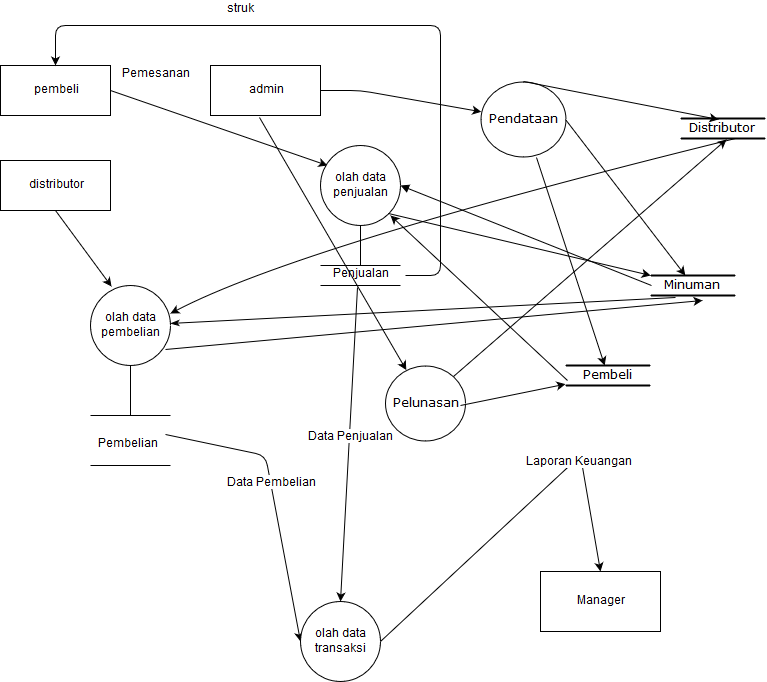
Above: laporan/DFD0.png in ahmad-mukhlish/mhsupplier (draw.io), before the change. Source tidied: cells renumbered, new cells last; positions are measured from the earlier drawing's top-left corner, leaving out a move shared by most shapes.
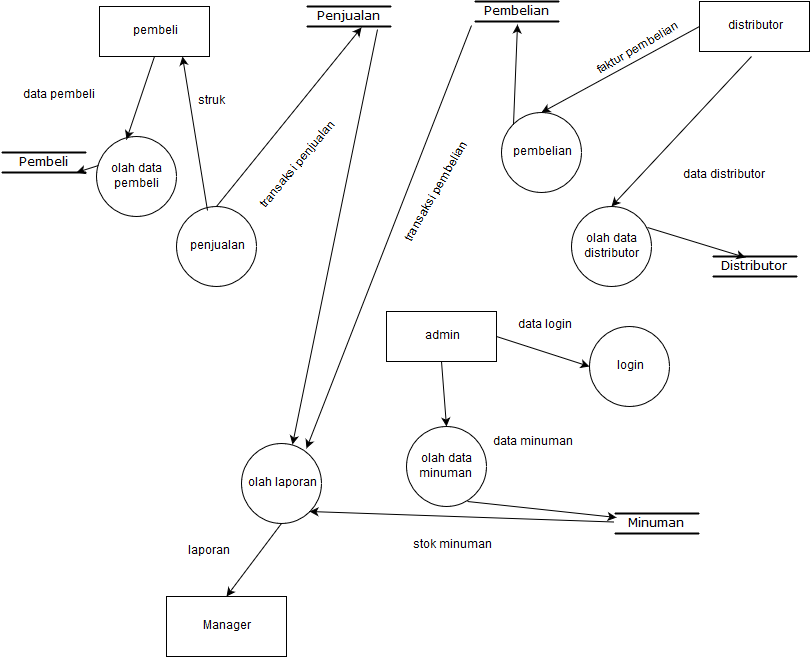
Later version of the same file.

Diff of the diagram source:
```diff
@@ -2,193 +2,130 @@
   <root>
     <mxCell id="0" />
     <mxCell id="1" parent="0" />
-    <mxCell id="2" value="olah data pembelian" style="ellipse;whiteSpace=wrap;html=1;" parent="1" vertex="1">
-      <mxGeometry x="90" y="285" width="80" height="80" as="geometry" />
-    </mxCell>
     <mxCell id="3" value="pembeli" style="rounded=0;whiteSpace=wrap;html=1;" parent="1" vertex="1">
-      <mxGeometry y="65" width="110" height="50" as="geometry" />
+      <mxGeometry x="68" y="15" width="110" height="50" as="geometry" />
     </mxCell>
-    <mxCell id="4" style="endArrow=classic;html=1;exitX=1;exitY=0.5;entryX=0.088;entryY=0.25;entryPerimeter=0;" parent="1" edge="1" source="3" target="8">
-      <mxGeometry relative="1" as="geometry" />
-    </mxCell>
     <mxCell id="5" value="admin" style="rounded=0;whiteSpace=wrap;html=1;" parent="1" vertex="1">
-      <mxGeometry x="210" y="65" width="110" height="50" as="geometry" />
+      <mxGeometry x="355" y="320" width="110" height="50" as="geometry" />
     </mxCell>
-    <mxCell id="6" value="Pemesanan" style="text;html=1;align=left;verticalAlign=top;spacingTop=-4;" parent="1" vertex="1">
-      <mxGeometry x="120" y="65" width="80" height="20" as="geometry" />
-    </mxCell>
     <mxCell id="7" value="distributor" style="rounded=0;whiteSpace=wrap;html=1;" parent="1" vertex="1">
-      <mxGeometry y="160" width="110" height="50" as="geometry" />
+      <mxGeometry x="668" y="10" width="110" height="50" as="geometry" />
     </mxCell>
-    <mxCell id="8" value="olah data penjualan" style="ellipse;whiteSpace=wrap;html=1;" parent="1" vertex="1">
-      <mxGeometry x="320" y="145" width="80" height="80" as="geometry" />
-    </mxCell>
-    <mxCell id="9" style="endArrow=classic;html=1;exitX=1;exitY=0.5;" parent="1" edge="1" source="5" target="30">
-      <mxGeometry relative="1" as="geometry">
-        <Array as="points">
-          <mxPoint x="360" y="90" />
-        </Array>
-      </mxGeometry>
-    </mxCell>
-    <mxCell id="10" style="endArrow=none;html=1;entryX=0.5;entryY=1;" parent="1" edge="1" target="8">
-      <mxGeometry relative="1" as="geometry">
-        <mxPoint x="360" y="265" as="sourcePoint" />
-      </mxGeometry>
-    </mxCell>
-    <mxCell id="11" style="endArrow=none;html=1;" parent="1" edge="1">
-      <mxGeometry relative="1" as="geometry">
-        <mxPoint x="400" y="285" as="sourcePoint" />
-        <mxPoint x="320" y="285" as="targetPoint" />
-        <Array as="points">
-          <mxPoint x="360" y="285" />
-        </Array>
-      </mxGeometry>
-    </mxCell>
-    <mxCell id="12" style="endArrow=none;html=1;" parent="1" edge="1">
-      <mxGeometry relative="1" as="geometry">
-        <mxPoint x="400" y="265" as="sourcePoint" />
-        <mxPoint x="320" y="265" as="targetPoint" />
-        <Array as="points">
-          <mxPoint x="360" y="265" />
-        </Array>
-      </mxGeometry>
-    </mxCell>
-    <mxCell id="13" value="&amp;nbsp; Penjualan" style="text;html=1;points=[];align=left;verticalAlign=top;spacingTop=-4;" parent="1" vertex="1">
-      <mxGeometry x="325" y="265" width="80" height="20" as="geometry" />
-    </mxCell>
-    <mxCell id="14" style="endArrow=classic;html=1;exitX=1;exitY=0.5;exitPerimeter=0;entryX=0.5;entryY=0;" parent="1" edge="1" source="13" target="3">
-      <mxGeometry relative="1" as="geometry">
-        <Array as="points">
-          <mxPoint x="440" y="275" />
-          <mxPoint x="440" y="25" />
-          <mxPoint x="55" y="25" />
-        </Array>
-      </mxGeometry>
-    </mxCell>
-    <mxCell id="15" value="struk" style="text;html=1;align=left;verticalAlign=top;spacingTop=-4;" parent="1" vertex="1">
-      <mxGeometry x="225" width="40" height="20" as="geometry" />
-    </mxCell>
-    <mxCell id="16" style="endArrow=none;html=1;entryX=0.5;entryY=1;" parent="1" edge="1" target="2">
-      <mxGeometry relative="1" as="geometry">
-        <mxPoint x="130" y="415" as="sourcePoint" />
-      </mxGeometry>
-    </mxCell>
-    <mxCell id="17" style="endArrow=none;html=1;" parent="1" edge="1">
-      <mxGeometry relative="1" as="geometry">
-        <mxPoint x="170" y="415" as="sourcePoint" />
-        <mxPoint x="90" y="415" as="targetPoint" />
-        <Array as="points">
-          <mxPoint x="130" y="415" />
-        </Array>
-      </mxGeometry>
-    </mxCell>
-    <mxCell id="18" style="endArrow=none;html=1;" parent="1" edge="1">
-      <mxGeometry relative="1" as="geometry">
-        <mxPoint x="170" y="465" as="sourcePoint" />
-        <mxPoint x="90" y="465" as="targetPoint" />
-        <Array as="points">
-          <mxPoint x="130" y="465" />
-        </Array>
-      </mxGeometry>
-    </mxCell>
-    <mxCell id="19" value="&amp;nbsp; Pembelian" style="text;html=1;points=[];align=left;verticalAlign=top;spacingTop=-4;" parent="1" vertex="1">
-      <mxGeometry x="90" y="435" width="80" height="20" as="geometry" />
-    </mxCell>
-    <mxCell id="20" style="endArrow=classic;html=1;entryX=0;entryY=0.5;exitX=0.938;exitY=-0.05;exitPerimeter=0;" parent="1" edge="1" source="19" target="24">
-      <mxGeometry relative="1" as="geometry">
-        <Array as="points">
-          <mxPoint x="265" y="455" />
-        </Array>
-      </mxGeometry>
-    </mxCell>
-    <mxCell id="21" value="Data Pembelian" style="text;html=1;align=center;verticalAlign=middle;labelBackgroundColor=#ffffff;" parent="20" vertex="1">
-      <mxGeometry x="-0.09" y="5" relative="1" as="geometry">
-        <mxPoint x="-5" y="-2" as="offset" />
-      </mxGeometry>
-    </mxCell>
-    <mxCell id="22" style="endArrow=classic;html=1;exitX=0.4;exitY=1.1;exitPerimeter=0;entryX=0.5;entryY=0;" parent="1" edge="1" source="13" target="24">
-      <mxGeometry relative="1" as="geometry" />
-    </mxCell>
-    <mxCell id="23" value="Data Penjualan" style="text;html=1;align=center;verticalAlign=middle;labelBackgroundColor=#ffffff;" parent="22" vertex="1">
-      <mxGeometry x="-0.05" y="1" relative="1" as="geometry" />
-    </mxCell>
-    <mxCell id="24" value="olah data transaksi" style="ellipse;whiteSpace=wrap;html=1;" parent="1" vertex="1">
-      <mxGeometry x="300" y="601" width="80" height="80" as="geometry" />
-    </mxCell>
-    <mxCell id="25" style="endArrow=classic;html=1;exitX=1;exitY=0.5;entryX=0.5;entryY=0;" parent="1" edge="1" source="24" target="27">
-      <mxGeometry relative="1" as="geometry">
-        <Array as="points">
-          <mxPoint x="580" y="455" />
-        </Array>
-      </mxGeometry>
-    </mxCell>
-    <mxCell id="26" value="Laporan Keuangan" style="text;html=1;align=center;verticalAlign=middle;labelBackgroundColor=#ffffff;" parent="25" vertex="1">
-      <mxGeometry x="0.43" y="-3" relative="1" as="geometry" />
-    </mxCell>
     <mxCell id="27" value="Manager" style="rounded=0;whiteSpace=wrap;html=1;" parent="1" vertex="1">
-      <mxGeometry x="540" y="571" width="120" height="60" as="geometry" />
+      <mxGeometry x="135" y="605" width="120" height="60" as="geometry" />
     </mxCell>
     <mxCell id="28" value="Pembeli&lt;br&gt;" style="html=1;rounded=0;shadow=0;comic=0;labelBackgroundColor=none;strokeColor=#000000;strokeWidth=2;fillColor=#FFFFFF;fontFamily=Verdana;fontSize=12;fontColor=#000000;align=center;shape=mxgraph.ios7ui.horLines;" parent="1" vertex="1">
-      <mxGeometry x="565" y="365" width="85" height="20" as="geometry" />
+      <mxGeometry x="-30" y="161" width="85" height="20" as="geometry" />
     </mxCell>
     <mxCell id="29" value="Distributor" style="html=1;rounded=0;shadow=0;comic=0;labelBackgroundColor=none;strokeColor=#000000;strokeWidth=2;fillColor=#FFFFFF;fontFamily=Verdana;fontSize=12;fontColor=#000000;align=center;shape=mxgraph.ios7ui.horLines;" parent="1" vertex="1">
-      <mxGeometry x="680" y="118" width="85" height="20" as="geometry" />
+      <mxGeometry x="681" y="265" width="85" height="20" as="geometry" />
     </mxCell>
-    <mxCell id="30" value="Pendataan" style="ellipse;whiteSpace=wrap;html=1;rounded=1;shadow=0;comic=0;labelBackgroundColor=none;strokeColor=#000000;strokeWidth=1;fillColor=#FFFFFF;fontFamily=Verdana;fontSize=12;fontColor=#000000;align=center;" parent="1" vertex="1">
-      <mxGeometry x="480" y="81" width="85" height="75" as="geometry" />
-    </mxCell>
     <mxCell id="31" value="Minuman" style="html=1;rounded=0;shadow=0;comic=0;labelBackgroundColor=none;strokeColor=#000000;strokeWidth=2;fillColor=#FFFFFF;fontFamily=Verdana;fontSize=12;fontColor=#000000;align=center;shape=mxgraph.ios7ui.horLines;" parent="1" vertex="1">
-      <mxGeometry x="650" y="275" width="85" height="20" as="geometry" />
+      <mxGeometry x="583" y="522" width="85" height="20" as="geometry" />
     </mxCell>
-    <mxCell id="32" style="endArrow=classic;html=1;exitX=0.5;exitY=0;entryX=0.447;entryY=0.05;entryPerimeter=0;" parent="1" edge="1" source="30" target="29">
-      <mxGeometry relative="1" as="geometry" />
-    </mxCell>
-    <mxCell id="33" style="endArrow=classic;html=1;exitX=1;exitY=0.5;" parent="1" edge="1" source="30" target="31">
-      <mxGeometry relative="1" as="geometry" />
-    </mxCell>
-    <mxCell id="34" style="endArrow=classic;html=1;exitX=0.659;exitY=1.013;exitPerimeter=0;" parent="1" edge="1" source="30" target="28">
-      <mxGeometry relative="1" as="geometry" />
-    </mxCell>
-    <mxCell id="35" style="endArrow=none;html=1;entryX=0.024;entryY=0.75;entryPerimeter=0;endFill=0;startArrow=classic;startFill=1;" parent="1" edge="1" target="28">
-      <mxGeometry relative="1" as="geometry">
-        <mxPoint x="390" y="215" as="sourcePoint" />
-      </mxGeometry>
-    </mxCell>
-    <mxCell id="36" style="endArrow=none;html=1;exitX=1;exitY=0.5;endFill=0;startArrow=block;startFill=1;entryX=0.012;entryY=0.5;entryPerimeter=0;" parent="1" edge="1" source="8" target="31">
-      <mxGeometry relative="1" as="geometry" />
-    </mxCell>
-    <mxCell id="37" style="endArrow=classic;html=1;exitX=0.647;exitY=1;exitPerimeter=0;curved=1;entryX=1;entryY=0.35;entryPerimeter=0;" parent="1" edge="1" source="29" target="2">
-      <mxGeometry relative="1" as="geometry">
-        <Array as="points">
-          <mxPoint x="300" y="245" />
-        </Array>
-      </mxGeometry>
-    </mxCell>
-    <mxCell id="38" style="endArrow=none;html=1;entryX=0.294;entryY=1.1;entryPerimeter=0;startArrow=classicThin;startFill=1;endFill=0;" parent="1" edge="1" source="2" target="31">
-      <mxGeometry relative="1" as="geometry" />
-    </mxCell>
-    <mxCell id="39" style="endArrow=classic;html=1;entryX=0.263;entryY=0.013;entryPerimeter=0;exitX=0.5;exitY=1;" parent="1" edge="1" source="7" target="2">
-      <mxGeometry relative="1" as="geometry" />
-    </mxCell>
-    <mxCell id="40" value="Pelunasan" style="ellipse;whiteSpace=wrap;html=1;rounded=1;shadow=0;comic=0;labelBackgroundColor=none;strokeColor=#000000;strokeWidth=1;fillColor=#FFFFFF;fontFamily=Verdana;fontSize=12;fontColor=#000000;align=center;" parent="1" vertex="1">
-      <mxGeometry x="385" y="365" width="80" height="75" as="geometry" />
-    </mxCell>
-    <mxCell id="41" style="endArrow=classic;html=1;exitX=0.445;exitY=1.04;exitPerimeter=0;" parent="1" edge="1" source="5" target="40">
-      <mxGeometry relative="1" as="geometry" />
-    </mxCell>
-    <mxCell id="42" style="endArrow=classic;html=1;" parent="1" edge="1" target="28">
-      <mxGeometry relative="1" as="geometry">
-        <mxPoint x="460" y="405" as="sourcePoint" />
-      </mxGeometry>
-    </mxCell>
-    <mxCell id="43" style="endArrow=classic;html=1;entryX=0.541;entryY=1.05;entryPerimeter=0;exitX=1;exitY=0;" parent="1" edge="1" source="40" target="29">
-      <mxGeometry relative="1" as="geometry" />
-    </mxCell>
-    <mxCell id="44" style="endArrow=classic;html=1;entryX=0.612;entryY=1.25;entryPerimeter=0;exitX=0.938;exitY=0.8;exitPerimeter=0;" parent="1" edge="1" source="2" target="31">
-      <mxGeometry relative="1" as="geometry" />
-    </mxCell>
-    <mxCell id="45" style="endArrow=classic;html=1;exitX=1;exitY=1;" parent="1" edge="1" source="8" target="31">
-      <mxGeometry relative="1" as="geometry" />
+    <mxCell id="45" value="Pembelian" style="html=1;rounded=0;shadow=0;comic=0;labelBackgroundColor=none;strokeColor=#000000;strokeWidth=2;fillColor=#FFFFFF;fontFamily=Verdana;fontSize=12;fontColor=#000000;align=center;shape=mxgraph.ios7ui.horLines;" parent="1" vertex="1">
+      <mxGeometry x="443" y="10" width="85" height="20" as="geometry" />
     </mxCell>
+    <mxCell id="13" value="Penjualan" style="html=1;rounded=0;shadow=0;comic=0;labelBackgroundColor=none;strokeColor=#000000;strokeWidth=2;fillColor=#FFFFFF;fontFamily=Verdana;fontSize=12;fontColor=#000000;align=center;shape=mxgraph.ios7ui.horLines;" parent="1" vertex="1">
+      <mxGeometry x="275" y="15" width="85" height="20" as="geometry" />
+    </mxCell>
+    <mxCell id="46" value="login" style="ellipse;whiteSpace=wrap;html=1;" parent="1" vertex="1">
+      <mxGeometry x="558" y="335" width="80" height="80" as="geometry" />
+    </mxCell>
+    <mxCell id="47" value="data login" style="text;html=1;align=left;verticalAlign=top;spacingTop=-4;" parent="1" vertex="1">
+      <mxGeometry x="485" y="325" width="70" height="20" as="geometry" />
+    </mxCell>
+    <mxCell id="48" value="olah data minuman&lt;br&gt;" style="ellipse;whiteSpace=wrap;html=1;" parent="1" vertex="1">
+      <mxGeometry x="375" y="435" width="80" height="80" as="geometry" />
+    </mxCell>
+    <mxCell id="49" value="pembelian" style="ellipse;whiteSpace=wrap;html=1;" parent="1" vertex="1">
+      <mxGeometry x="470" y="121" width="80" height="80" as="geometry" />
+    </mxCell>
+    <mxCell id="50" style="endArrow=classic;html=1;exitX=1;exitY=0.5;entryX=0;entryY=0.5;" parent="1" edge="1" source="5" target="46">
+      <mxGeometry relative="1" as="geometry" />
+    </mxCell>
+    <mxCell id="51" value="penjualan" style="ellipse;whiteSpace=wrap;html=1;" parent="1" vertex="1">
+      <mxGeometry x="145" y="215" width="80" height="80" as="geometry" />
+    </mxCell>
+    <mxCell id="52" value="olah data pembeli" style="ellipse;whiteSpace=wrap;html=1;" parent="1" vertex="1">
+      <mxGeometry x="65" y="145" width="80" height="80" as="geometry" />
+    </mxCell>
+    <mxCell id="53" value="olah data distributor" style="ellipse;whiteSpace=wrap;html=1;" parent="1" vertex="1">
+      <mxGeometry x="540" y="215" width="80" height="80" as="geometry" />
+    </mxCell>
+    <mxCell id="54" style="endArrow=classic;html=1;exitX=0.5;exitY=1;entryX=0.375;entryY=0.038;entryPerimeter=0;" parent="1" edge="1" source="3" target="52">
+      <mxGeometry relative="1" as="geometry" />
+    </mxCell>
+    <mxCell id="55" style="endArrow=classic;html=1;exitX=0.025;exitY=0.363;exitPerimeter=0;entryX=0.882;entryY=1;entryPerimeter=0;" parent="1" edge="1" source="52" target="28">
+      <mxGeometry relative="1" as="geometry" />
+    </mxCell>
+    <mxCell id="56" style="endArrow=classic;html=1;entryX=0.75;entryY=1;exitX=0.388;exitY=0.05;exitPerimeter=0;" parent="1" edge="1" source="51" target="3">
+      <mxGeometry relative="1" as="geometry" />
+    </mxCell>
+    <mxCell id="15" value="struk" style="text;html=1;align=left;verticalAlign=top;spacingTop=-4;" parent="1" vertex="1">
+      <mxGeometry x="165" y="101" width="40" height="20" as="geometry" />
+    </mxCell>
+    <mxCell id="57" style="endArrow=classic;html=1;entryX=0.647;entryY=1.05;entryPerimeter=0;exitX=0.5;exitY=0;" parent="1" edge="1" source="51" target="13">
+      <mxGeometry relative="1" as="geometry" />
+    </mxCell>
+    <mxCell id="58" value="transaksi penjualan" style="text;html=1;align=left;verticalAlign=top;spacingTop=-4;rotation=-50;" parent="1" vertex="1">
+      <mxGeometry x="210" y="161" width="120" height="20" as="geometry" />
+    </mxCell>
+    <mxCell id="59" style="endArrow=classic;html=1;entryX=0.5;entryY=0;exitX=0;exitY=0.5;" parent="1" edge="1" source="7" target="49">
+      <mxGeometry relative="1" as="geometry" />
+    </mxCell>
+    <mxCell id="60" value="faktur pembelian" style="text;html=1;align=left;verticalAlign=top;spacingTop=-4;rotation=-30;" parent="1" vertex="1">
+      <mxGeometry x="558" y="45" width="110" height="20" as="geometry" />
+    </mxCell>
+    <mxCell id="61" style="endArrow=classic;html=1;exitX=0;exitY=0;entryX=0.506;entryY=1.15;entryPerimeter=0;" parent="1" edge="1" source="49" target="45">
+      <mxGeometry relative="1" as="geometry" />
+    </mxCell>
+    <mxCell id="62" value="transaksi pembelian" style="text;html=1;align=left;verticalAlign=top;spacingTop=-4;rotation=-60;" parent="1" vertex="1">
+      <mxGeometry x="345" y="185" width="130" height="20" as="geometry" />
+    </mxCell>
+    <mxCell id="63" style="endArrow=classic;html=1;exitX=0.95;exitY=0.263;exitPerimeter=0;entryX=0.388;entryY=0.05;entryPerimeter=0;" parent="1" edge="1" source="53" target="29">
+      <mxGeometry relative="1" as="geometry" />
+    </mxCell>
+    <mxCell id="64" style="endArrow=classic;html=1;entryX=0.5;entryY=0;" parent="1" edge="1" target="53">
+      <mxGeometry relative="1" as="geometry">
+        <mxPoint x="720" y="65" as="sourcePoint" />
+      </mxGeometry>
+    </mxCell>
+    <mxCell id="65" value="data distributor" style="text;html=1;align=left;verticalAlign=top;spacingTop=-4;" parent="1" vertex="1">
+      <mxGeometry x="650" y="175" width="100" height="20" as="geometry" />
+    </mxCell>
+    <mxCell id="66" style="endArrow=classic;html=1;exitX=0.5;exitY=1;entryX=0.5;entryY=0;" parent="1" edge="1" source="5" target="48">
+      <mxGeometry relative="1" as="geometry" />
+    </mxCell>
+    <mxCell id="67" style="endArrow=classic;html=1;exitX=0.763;exitY=0.938;exitPerimeter=0;entryX=0.024;entryY=0.2;entryPerimeter=0;" parent="1" edge="1" source="48" target="31">
+      <mxGeometry relative="1" as="geometry" />
+    </mxCell>
+    <mxCell id="68" value="data minuman" style="text;html=1;align=left;verticalAlign=top;spacingTop=-4;" parent="1" vertex="1">
+      <mxGeometry x="460" y="442" width="100" height="20" as="geometry" />
+    </mxCell>
+    <mxCell id="69" value="olah laporan" style="ellipse;whiteSpace=wrap;html=1;" parent="1" vertex="1">
+      <mxGeometry x="210" y="452" width="80" height="80" as="geometry" />
+    </mxCell>
+    <mxCell id="70" style="endArrow=classic;html=1;exitX=0.835;exitY=1.15;exitPerimeter=0;entryX=0.638;entryY=0.013;entryPerimeter=0;" parent="1" edge="1" source="13" target="69">
+      <mxGeometry relative="1" as="geometry" />
+    </mxCell>
+    <mxCell id="71" style="endArrow=classic;html=1;exitX=-0.035;exitY=1.2;exitPerimeter=0;entryX=0.813;entryY=0.063;entryPerimeter=0;" parent="1" edge="1" source="45" target="69">
+      <mxGeometry relative="1" as="geometry" />
+    </mxCell>
+    <mxCell id="72" value="data pembeli" style="text;html=1;align=left;verticalAlign=top;spacingTop=-4;" parent="1" vertex="1">
+      <mxGeometry x="-10" y="95" width="90" height="20" as="geometry" />
+    </mxCell>
+    <mxCell id="73" style="endArrow=classic;html=1;entryX=1;entryY=1;" parent="1" edge="1" source="31" target="69">
+      <mxGeometry relative="1" as="geometry" />
+    </mxCell>
+    <mxCell id="74" value="stok minuman" style="text;html=1;align=left;verticalAlign=top;spacingTop=-4;" parent="1" vertex="1">
+      <mxGeometry x="380" y="545" width="90" height="20" as="geometry" />
+    </mxCell>
+    <mxCell id="75" style="endArrow=classic;html=1;exitX=0.5;exitY=1;entryX=0.5;entryY=0;" parent="1" edge="1" source="69" target="27">
+      <mxGeometry relative="1" as="geometry" />
+    </mxCell>
+    <mxCell id="76" value="laporan" style="text;html=1;align=left;verticalAlign=top;spacingTop=-4;" parent="1" vertex="1">
+      <mxGeometry x="155" y="551" width="60" height="20" as="geometry" />
+    </mxCell>
   </root>
 </mxGraphModel>
```
